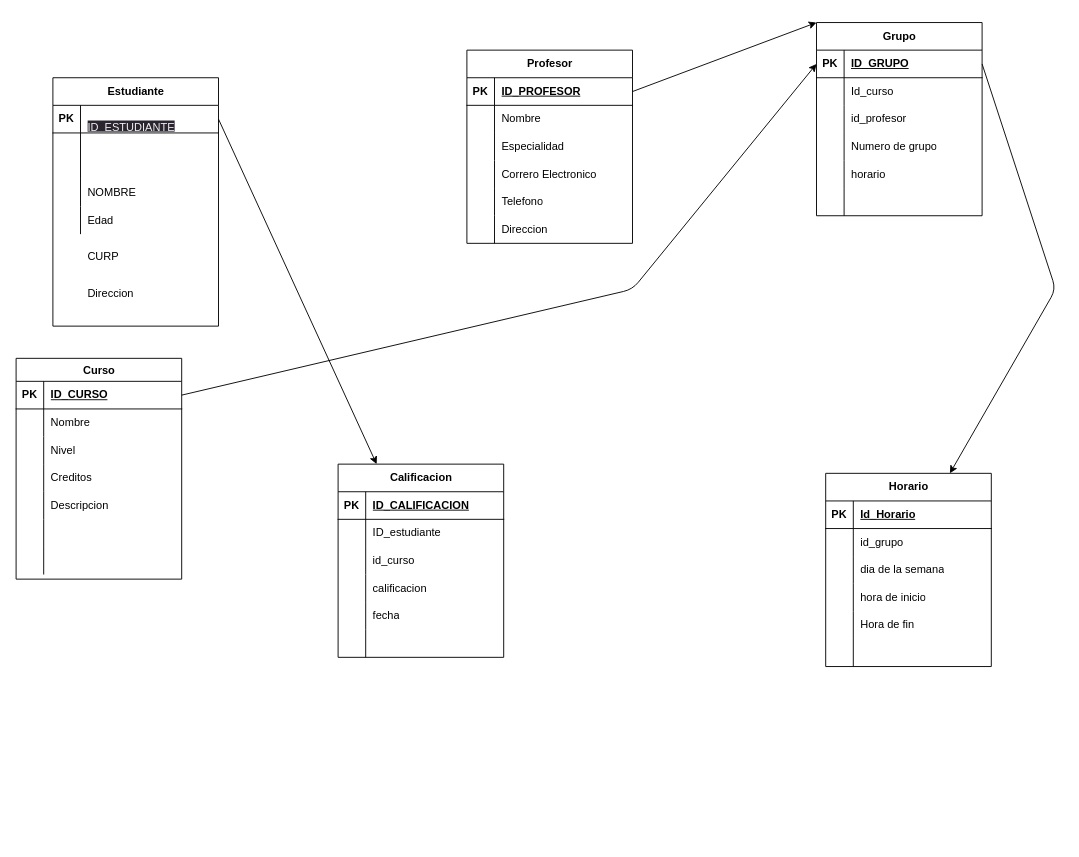
This is DIAGRAMA/Control Escolar Examen.drawio from 22620229Angel/Fdb-josue-garcia, a draw.io file, before an edit. Source tidied: cells renumbered, new cells numbered last; positions are measured from the earlier drawing's top-left corner, leaving out a move shared by most shapes. Both pictures are drawn from the tidied source at 92%, with x=0, y=0 at pixel (16, 22).
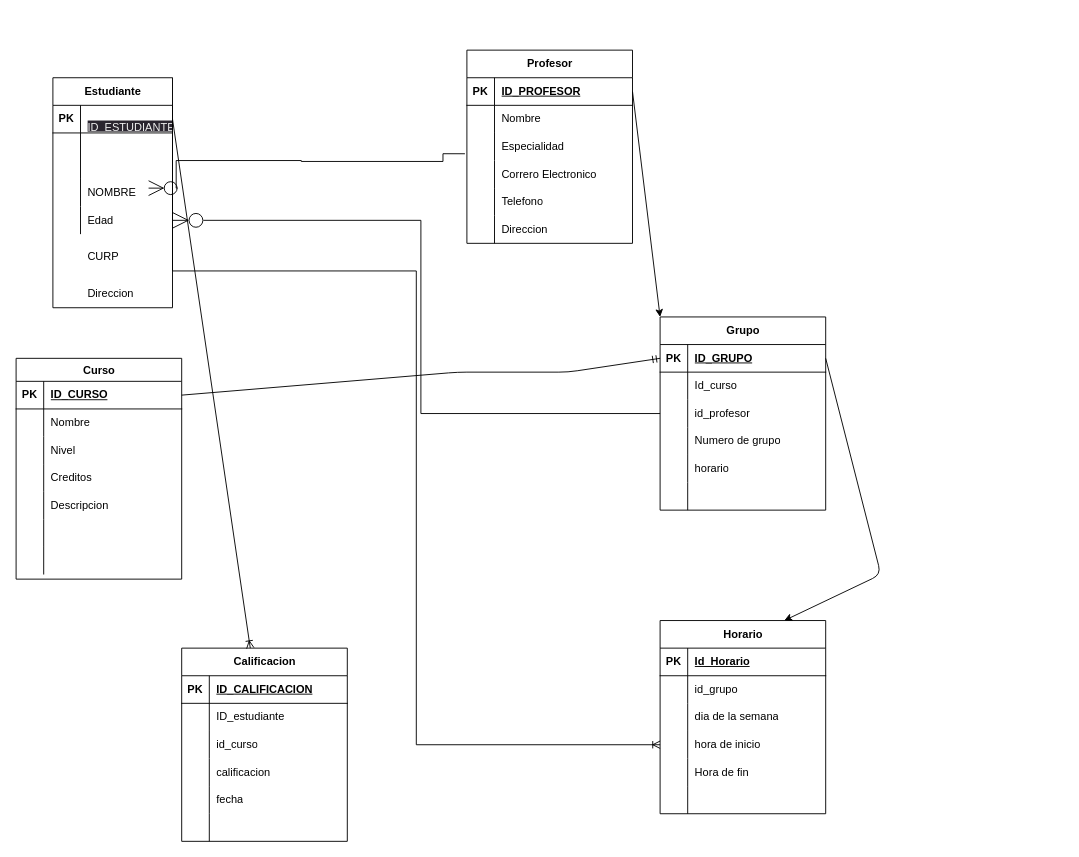
The same diagram, later.

The change refers to these unchanged cells:
```xml
<mxCell id="12" style="shape=tableRow;horizontal=0;startSize=0;swimlaneHead=0;swimlaneBody=0;fillColor=none;points=[[0,0.5],[1,0.5]];portConstraint=eastwest;top=0;left=0;right=0;bottom=0;" parent="2" vertex="1">
  <mxGeometry y="120" width="180" height="30" as="geometry" />
</mxCell>
<mxCell id="31" style="shape=tableRow;horizontal=0;startSize=0;swimlaneHead=0;swimlaneBody=0;fillColor=none;points=[[0,0.5],[1,0.5]];portConstraint=eastwest;top=0;left=0;right=0;bottom=0;" parent="21" vertex="1">
  <mxGeometry y="120" width="180" height="30" as="geometry" />
</mxCell>
<mxCell id="41" style="shape=tableRow;horizontal=0;startSize=0;swimlaneHead=0;swimlaneBody=0;fillColor=none;points=[[0,0.5],[1,0.5]];portConstraint=eastwest;top=0;left=0;right=0;bottom=1;" parent="40" vertex="1">
  <mxGeometry y="30" width="180" height="30" as="geometry" />
</mxCell>
<mxCell id="47" style="shape=tableRow;horizontal=0;startSize=0;swimlaneHead=0;swimlaneBody=0;fillColor=none;points=[[0,0.5],[1,0.5]];portConstraint=eastwest;top=0;left=0;right=0;bottom=0;" parent="40" vertex="1">
  <mxGeometry y="90" width="180" height="30" as="geometry" />
</mxCell>
<mxCell id="92" style="shape=tableRow;horizontal=0;startSize=0;swimlaneHead=0;swimlaneBody=0;fillColor=none;points=[[0,0.5],[1,0.5]];portConstraint=eastwest;top=0;left=0;right=0;bottom=1;" parent="91" vertex="1">
  <mxGeometry y="25" width="180" height="30" as="geometry" />
</mxCell>
```

The edit, as a diff of the source:
```diff
@@
     <mxCell id="21" value="Horario" style="shape=table;startSize=30;childLayout=tableLayout;rowLines=0;fontStyle=1;align=center;html=1;" parent="1" vertex="1">
-      <mxGeometry x="880" y="490" width="180" height="210" as="geometry" />
+      <mxGeometry x="700" y="650" width="180" height="210" as="geometry" />
     </mxCell>
@@
     <mxCell id="40" value="Grupo" style="shape=table;startSize=30;childLayout=tableLayout;rowLines=0;fontStyle=1;align=center;html=1;" parent="1" vertex="1">
-      <mxGeometry x="870" width="180" height="210" as="geometry" />
+      <mxGeometry x="700" y="320" width="180" height="210" as="geometry" />
     </mxCell>
@@
+    <mxCell id="119" style="edgeStyle=orthogonalEdgeStyle;rounded=0;jettySize=auto;html=1;exitX=1;exitY=0;exitDx=0;exitDy=0;entryX=0;entryY=0.5;entryDx=0;entryDy=0;endArrow=ERoneToMany;endFill=0;" parent="1" edge="1" source="59" target="31">
+      <mxGeometry relative="1" as="geometry">
+        <Array as="points">
+          <mxPoint x="170" y="270" />
+          <mxPoint x="435" y="270" />
+          <mxPoint x="435" y="785" />
+        </Array>
+      </mxGeometry>
+    </mxCell>
     <mxCell id="59" value="Estudiante" style="shape=table;startSize=30;childLayout=tableLayout;rowLines=0;fontStyle=1;align=center;html=1;" parent="1" vertex="1">
-      <mxGeometry x="40" y="60" width="180" height="270" as="geometry" />
+      <mxGeometry x="40" y="60" width="130" height="250" as="geometry" />
     </mxCell>
     <mxCell id="60" style="shape=tableRow;horizontal=0;startSize=0;swimlaneHead=0;swimlaneBody=0;fillColor=none;points=[[0,0.5],[1,0.5]];portConstraint=eastwest;top=0;left=0;right=0;bottom=1;" parent="59" vertex="1">
-      <mxGeometry y="30" width="180" height="30" as="geometry" />
+      <mxGeometry y="30" width="130" height="30" as="geometry" />
     </mxCell>
@@
     <mxCell id="62" value="&#10;&lt;span style=&quot;color: rgb(240, 240, 240); font-family: Helvetica; font-size: 12px; font-style: normal; font-variant-ligatures: normal; font-variant-caps: normal; font-weight: 400; letter-spacing: normal; orphans: 2; text-align: left; text-indent: 0px; text-transform: none; widows: 2; word-spacing: 0px; -webkit-text-stroke-width: 0px; background-color: rgb(42, 37, 47); text-decoration-thickness: initial; text-decoration-style: initial; text-decoration-color: initial; float: none; display: inline !important;&quot;&gt;ID_ESTUDIANTE&lt;/span&gt;&#10;&#10;" style="shape=partialRectangle;fillColor=none;top=0;left=0;bottom=0;right=0;align=left;spacingLeft=6;fontStyle=5;overflow=hidden;whiteSpace=wrap;html=1;" parent="60" vertex="1">
-      <mxGeometry x="30" width="150" height="30" as="geometry" />
+      <mxGeometry x="30" width="100" height="30" as="geometry" />
     </mxCell>
     <mxCell id="63" style="shape=tableRow;horizontal=0;startSize=0;swimlaneHead=0;swimlaneBody=0;fillColor=none;top=0;left=0;right=0;bottom=0;" parent="59" vertex="1">
-      <mxGeometry y="60" width="180" height="50" as="geometry" />
+      <mxGeometry y="60" width="130" height="50" as="geometry" />
     </mxCell>
@@
     <mxCell id="65" style="shape=partialRectangle;fillColor=none;top=0;left=0;bottom=0;right=0;align=left;spacingLeft=6;overflow=hidden;whiteSpace=wrap;html=1;" parent="63" vertex="1">
-      <mxGeometry x="30" width="150" height="50" as="geometry" />
+      <mxGeometry x="30" width="100" height="50" as="geometry" />
     </mxCell>
     <mxCell id="66" style="shape=tableRow;horizontal=0;startSize=0;swimlaneHead=0;swimlaneBody=0;fillColor=none;top=0;left=0;right=0;bottom=0;" parent="59" vertex="1">
-      <mxGeometry y="110" width="180" height="30" as="geometry" />
+      <mxGeometry y="110" width="130" height="30" as="geometry" />
     </mxCell>
@@
     <mxCell id="68" value="NOMBRE" style="shape=partialRectangle;fillColor=none;top=0;left=0;bottom=0;right=0;align=left;spacingLeft=6;overflow=hidden;whiteSpace=wrap;html=1;" parent="66" vertex="1">
-      <mxGeometry x="30" width="150" height="30" as="geometry" />
+      <mxGeometry x="30" width="100" height="30" as="geometry" />
     </mxCell>
     <mxCell id="69" style="shape=tableRow;horizontal=0;startSize=0;swimlaneHead=0;swimlaneBody=0;fillColor=none;points=[[0,0.5],[1,0.5]];portConstraint=eastwest;top=0;left=0;right=0;bottom=0;" parent="59" vertex="1">
-      <mxGeometry y="140" width="180" height="30" as="geometry" />
+      <mxGeometry y="140" width="130" height="30" as="geometry" />
     </mxCell>
@@
     <mxCell id="71" value="Edad" style="shape=partialRectangle;fillColor=none;top=0;left=0;bottom=0;right=0;align=left;spacingLeft=6;overflow=hidden;whiteSpace=wrap;html=1;" parent="69" vertex="1">
-      <mxGeometry x="30" width="150" height="30" as="geometry" />
+      <mxGeometry x="30" width="100" height="30" as="geometry" />
     </mxCell>
     <mxCell id="72" value="Calificacion" style="shape=table;startSize=30;childLayout=tableLayout;rowLines=0;fontStyle=1;align=center;html=1;" parent="1" vertex="1">
-      <mxGeometry x="350" y="480" width="180" height="210" as="geometry" />
+      <mxGeometry x="180" y="680" width="180" height="210" as="geometry" />
     </mxCell>
@@
-    <mxCell id="115" style="edgeStyle=none;html=1;exitX=1;exitY=0.5;exitDx=0;exitDy=0;" parent="1" edge="1" source="60" target="72">
+    <mxCell id="115" style="edgeStyle=none;html=1;exitX=1;exitY=0.5;exitDx=0;exitDy=0;endArrow=ERoneToMany;endFill=0;" parent="1" edge="1" source="60" target="72">
       <mxGeometry relative="1" as="geometry" />
     </mxCell>
@@
-    <mxCell id="117" style="edgeStyle=none;html=1;exitX=1;exitY=0.5;exitDx=0;exitDy=0;entryX=0;entryY=0.5;entryDx=0;entryDy=0;" parent="1" edge="1" source="92" target="41">
+    <mxCell id="117" style="edgeStyle=none;html=1;exitX=1;exitY=0.5;exitDx=0;exitDy=0;entryX=0;entryY=0.5;entryDx=0;entryDy=0;endArrow=ERmandOne;endFill=0;" parent="1" edge="1" source="92" target="41">
       <mxGeometry relative="1" as="geometry">
         <Array as="points">
-          <mxPoint x="670" y="290" />
+          <mxPoint x="480" y="380" />
+          <mxPoint x="600" y="380" />
         </Array>
       </mxGeometry>
     </mxCell>
     <mxCell id="118" style="edgeStyle=none;html=1;exitX=1;exitY=0.5;exitDx=0;exitDy=0;entryX=0.75;entryY=0;entryDx=0;entryDy=0;" parent="1" edge="1" source="41" target="21">
       <mxGeometry relative="1" as="geometry">
         <Array as="points">
-          <mxPoint x="1130" y="290" />
+          <mxPoint x="940" y="600" />
         </Array>
       </mxGeometry>
     </mxCell>
+    <mxCell id="120" style="edgeStyle=orthogonalEdgeStyle;rounded=0;jettySize=auto;html=1;exitX=-0.012;exitY=-0.246;exitDx=0;exitDy=0;entryX=1;entryY=0.5;entryDx=0;entryDy=0;endArrow=ERzeroToMany;endFill=0;endSize=14;exitPerimeter=0;" parent="1" edge="1" source="12">
+      <mxGeometry relative="1" as="geometry">
+        <mxPoint x="144" y="180" as="targetPoint" />
+        <Array as="points">
+          <mxPoint x="464" y="143" />
+          <mxPoint x="464" y="151" />
+          <mxPoint x="310" y="151" />
+          <mxPoint x="174" y="150" />
+          <mxPoint x="174" y="180" />
+        </Array>
+      </mxGeometry>
+    </mxCell>
+    <mxCell id="121" style="edgeStyle=orthogonalEdgeStyle;rounded=0;jettySize=auto;html=1;exitX=0;exitY=0.5;exitDx=0;exitDy=0;endArrow=ERzeroToMany;endFill=0;endSize=15;" parent="1" edge="1" source="47" target="69">
+      <mxGeometry relative="1" as="geometry" />
+    </mxCell>
```
